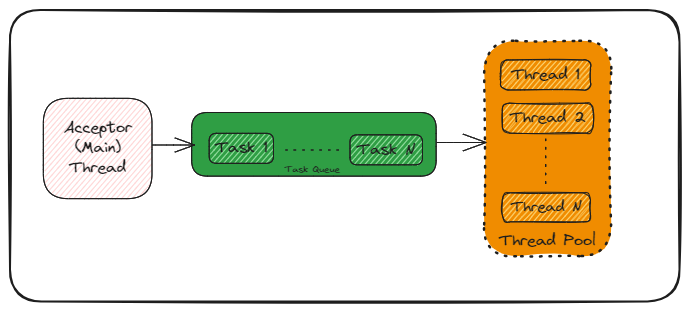
The Excalidraw diagram static/img/threads.excalidraw.png in swaroopar/inprogress-engineer, before a commit. Source tidied: one line per element, renumbered; positions are measured from the earlier drawing's top-left corner, leaving out a move shared by most shapes.
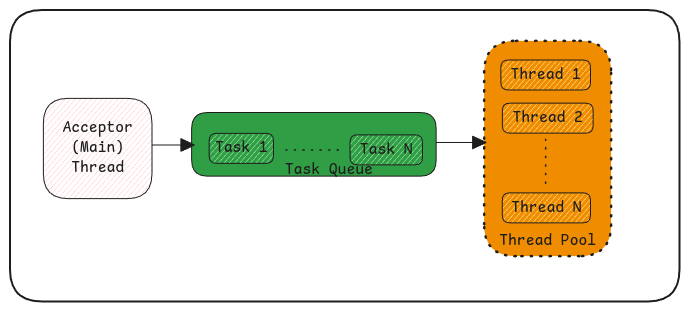
Later version of the same file.

What changed in the source:
```diff
@@ -1,21 +1,21 @@
-{"id": 0, "type": "rectangle", "strokeColor": "#1e1e1e", "strokeWidth": 2, "roughness": 1, "round": true, "x": 0, "y": 0, "width": 669, "height": 291}
+{"id": 0, "type": "rectangle", "strokeColor": "#1e1e1e", "strokeWidth": 2, "roughness": 0, "round": true, "x": 0, "y": 0, "width": 669, "height": 291}
-{"id": 1, "type": "rectangle", "strokeColor": "#1e1e1e", "backgroundColor": "#f08c00", "fillStyle": "solid", "strokeWidth": 2, "strokeStyle": "dotted", "roughness": 1, "round": true, "x": 474, "y": 31, "width": 127, "height": 215}
+{"id": 1, "type": "rectangle", "strokeColor": "#1e1e1e", "backgroundColor": "#f08c00", "fillStyle": "solid", "strokeWidth": 2, "strokeStyle": "dotted", "roughness": 0, "round": true, "x": 474, "y": 31, "width": 127, "height": 215}
-{"id": 2, "type": "text", "text": "Thread Pool", "strokeColor": "#1e1e1e", "strokeWidth": 2, "strokeStyle": "dotted", "roughness": 1, "fontSize": 16, "fontFamily": 1, "textAlign": "center", "verticalAlign": "bottom", "inside": 1, "x": 489, "y": 221, "width": 97, "height": 20}
+{"id": 2, "type": "text", "text": "Thread Pool", "strokeColor": "#1e1e1e", "strokeWidth": 2, "strokeStyle": "dotted", "roughness": 1, "fontSize": 16, "fontFamily": 8, "textAlign": "center", "verticalAlign": "bottom", "inside": 1, "x": 489, "y": 221, "width": 97, "height": 20}
-{"id": 3, "type": "rectangle", "strokeColor": "#1e1e1e", "backgroundColor": "#ffec99", "fillStyle": "hachure", "strokeWidth": 1, "roughness": 1, "round": true, "x": 491, "y": 50, "width": 90, "height": 30}
+{"id": 3, "type": "rectangle", "strokeColor": "#1e1e1e", "backgroundColor": "#ffec99", "fillStyle": "hachure", "strokeWidth": 1, "roughness": 0, "round": true, "x": 491, "y": 50, "width": 90, "height": 30}
-{"id": 4, "type": "text", "text": "Thread 1", "strokeColor": "#1e1e1e", "strokeWidth": 1, "roughness": 1, "fontSize": 16, "fontFamily": 1, "textAlign": "center", "verticalAlign": "middle", "inside": 3, "x": 501, "y": 55, "width": 69, "height": 20}
+{"id": 4, "type": "text", "text": "Thread 1", "strokeColor": "#1e1e1e", "strokeWidth": 1, "roughness": 1, "fontSize": 16, "fontFamily": 8, "textAlign": "center", "verticalAlign": "middle", "inside": 3, "x": 500, "y": 55, "width": 70, "height": 20}
-{"id": 5, "type": "rectangle", "strokeColor": "#1e1e1e", "backgroundColor": "#ffec99", "fillStyle": "hachure", "strokeWidth": 1, "roughness": 1, "round": true, "x": 492, "y": 183, "width": 88, "height": 29}
+{"id": 5, "type": "rectangle", "strokeColor": "#1e1e1e", "backgroundColor": "#ffec99", "fillStyle": "hachure", "strokeWidth": 1, "roughness": 0, "round": true, "x": 492, "y": 183, "width": 88, "height": 30}
-{"id": 6, "type": "text", "text": "Thread N", "strokeColor": "#1e1e1e", "strokeWidth": 1, "roughness": 1, "fontSize": 15.2, "fontFamily": 1, "textAlign": "center", "verticalAlign": "middle", "inside": 5, "x": 501, "y": 188, "width": 71, "height": 19}
+{"id": 6, "type": "text", "text": "Thread N", "strokeColor": "#1e1e1e", "strokeWidth": 1, "roughness": 1, "fontSize": 16, "fontFamily": 8, "textAlign": "center", "verticalAlign": "middle", "inside": 5, "x": 501, "y": 188, "width": 70, "height": 20}
-{"id": 7, "type": "rectangle", "strokeColor": "#1e1e1e", "backgroundColor": "#ffec99", "fillStyle": "hachure", "strokeWidth": 1, "roughness": 1, "round": true, "x": 492, "y": 93, "width": 91, "height": 30}
+{"id": 7, "type": "rectangle", "strokeColor": "#1e1e1e", "backgroundColor": "#ffec99", "fillStyle": "hachure", "strokeWidth": 1, "roughness": 0, "round": true, "x": 492, "y": 93, "width": 91, "height": 30}
-{"id": 8, "type": "text", "text": "Thread 2", "strokeColor": "#1e1e1e", "strokeWidth": 1, "roughness": 1, "fontSize": 16, "fontFamily": 1, "textAlign": "center", "verticalAlign": "middle", "inside": 7, "x": 500, "y": 98, "width": 76, "height": 20}
+{"id": 8, "type": "text", "text": "Thread 2", "strokeColor": "#1e1e1e", "strokeWidth": 1, "roughness": 1, "fontSize": 16, "fontFamily": 8, "textAlign": "center", "verticalAlign": "middle", "inside": 7, "x": 503, "y": 98, "width": 70, "height": 20}
-{"id": 9, "type": "line", "strokeColor": "#1e1e1e", "strokeWidth": 1, "strokeStyle": "dotted", "roughness": 0, "round": true, "x": 536, "y": 129, "width": 0, "height": 51, "points": [[0, 0], [0, 51]]}
+{"id": 9, "type": "line", "strokeColor": "#1e1e1e", "strokeWidth": 1, "strokeStyle": "dotted", "roughness": 0, "endArrowhead": "triangle", "round": true, "x": 536, "y": 129, "width": 0, "height": 51, "points": [[0, 0], [0, 51]]}
 {"id": 10, "type": "rectangle", "strokeColor": "#1e1e1e", "backgroundColor": "#2f9e44", "fillStyle": "solid", "strokeWidth": 1, "roughness": 0, "round": true, "x": 182, "y": 102, "width": 244, "height": 64}
 {"id": 11, "type": "rectangle", "strokeColor": "#1e1e1e", "backgroundColor": "#b2f2bb", "fillStyle": "hachure", "strokeWidth": 1, "roughness": 0, "round": true, "x": 199, "y": 123, "width": 64, "height": 30}
-{"id": 12, "type": "text", "text": "Task 1", "strokeColor": "#1e1e1e", "strokeWidth": 1, "roughness": 0, "fontSize": 16, "fontFamily": 1, "textAlign": "center", "verticalAlign": "middle", "inside": 11, "x": 205, "y": 128, "width": 52, "height": 20}
+{"id": 12, "type": "text", "text": "Task 1", "strokeColor": "#1e1e1e", "strokeWidth": 1, "roughness": 0, "fontSize": 16, "fontFamily": 8, "textAlign": "center", "verticalAlign": "middle", "inside": 11, "x": 205, "y": 128, "width": 53, "height": 20}
 {"id": 13, "type": "rectangle", "strokeColor": "#1e1e1e", "backgroundColor": "#b2f2bb", "fillStyle": "hachure", "strokeWidth": 1, "roughness": 0, "round": true, "x": 340, "y": 125, "width": 73, "height": 30}
-{"id": 14, "type": "text", "text": "Task N", "strokeColor": "#1e1e1e", "strokeWidth": 1, "roughness": 0, "fontSize": 16, "fontFamily": 1, "textAlign": "center", "verticalAlign": "middle", "inside": 13, "x": 347, "y": 130, "width": 58, "height": 20}
+{"id": 14, "type": "text", "text": "Task N", "strokeColor": "#1e1e1e", "strokeWidth": 1, "roughness": 0, "fontSize": 16, "fontFamily": 8, "textAlign": "center", "verticalAlign": "middle", "inside": 13, "x": 350, "y": 130, "width": 53, "height": 20}
-{"id": 15, "type": "line", "strokeColor": "#1e1e1e", "strokeWidth": 1, "strokeStyle": "dotted", "roughness": 0, "round": true, "x": 276, "y": 140, "width": 56, "height": 0, "points": [[0, 0], [56, 0]]}
+{"id": 15, "type": "line", "strokeColor": "#1e1e1e", "strokeWidth": 1, "strokeStyle": "dotted", "roughness": 0, "endArrowhead": "triangle", "round": true, "x": 276, "y": 140, "width": 56, "height": 0, "points": [[0, 0], [56, 0]]}
 {"id": 16, "type": "rectangle", "strokeColor": "#1e1e1e", "backgroundColor": "#ffc9c9", "fillStyle": "hachure", "strokeWidth": 1, "roughness": 0, "round": true, "x": 33, "y": 88, "width": 109, "height": 100}
-{"id": 17, "type": "text", "text": "Acceptor\n(Main)\nThread", "strokeColor": "#1e1e1e", "strokeWidth": 1, "strokeStyle": "dotted", "roughness": 0, "fontSize": 16, "fontFamily": 1, "textAlign": "center", "verticalAlign": "middle", "inside": 16, "x": 54, "y": 108, "width": 68, "height": 60}
+{"id": 17, "type": "text", "text": "Acceptor\n(Main)\nThread", "strokeColor": "#1e1e1e", "strokeWidth": 1, "strokeStyle": "dotted", "roughness": 0, "fontSize": 16, "fontFamily": 8, "textAlign": "center", "verticalAlign": "middle", "inside": 16, "x": 52, "y": 108, "width": 70, "height": 60}
-{"id": 18, "type": "arrow", "strokeColor": "#1e1e1e", "strokeWidth": 1, "roughness": 0, "endArrowhead": "arrow", "round": true, "x": 142, "y": 135, "width": 42, "height": 0, "points": [[0, 0], [42, 0]]}
+{"id": 18, "type": "arrow", "strokeColor": "#1e1e1e", "strokeWidth": 1, "roughness": 0, "endArrowhead": "triangle", "round": true, "x": 142, "y": 135, "width": 42, "height": 0, "points": [[0, 0], [42, 0]]}
-{"id": 19, "type": "arrow", "strokeColor": "#1e1e1e", "strokeWidth": 1, "roughness": 0, "endArrowhead": "arrow", "round": true, "x": 427, "y": 132, "width": 49, "height": 0, "points": [[0, 0], [49, 0]]}
+{"id": 19, "type": "arrow", "strokeColor": "#1e1e1e", "strokeWidth": 1, "roughness": 0, "endArrowhead": "triangle", "round": true, "x": 427, "y": 132, "width": 49, "height": 0, "points": [[0, 0], [49, 0]]}
-{"id": 20, "type": "text", "text": "Task Queue", "strokeColor": "#1e1e1e", "backgroundColor": "#f08c00", "fillStyle": "solid", "strokeWidth": 1, "roughness": 0, "fontSize": 9.21, "fontFamily": 1, "x": 275, "y": 154, "width": 55, "height": 12}
+{"id": 20, "type": "text", "text": "Task Queue", "strokeColor": "#1e1e1e", "backgroundColor": "#f08c00", "fillStyle": "solid", "strokeWidth": 1, "roughness": 0, "fontSize": 16, "fontFamily": 8, "x": 275, "y": 150, "width": 88, "height": 20}
```
